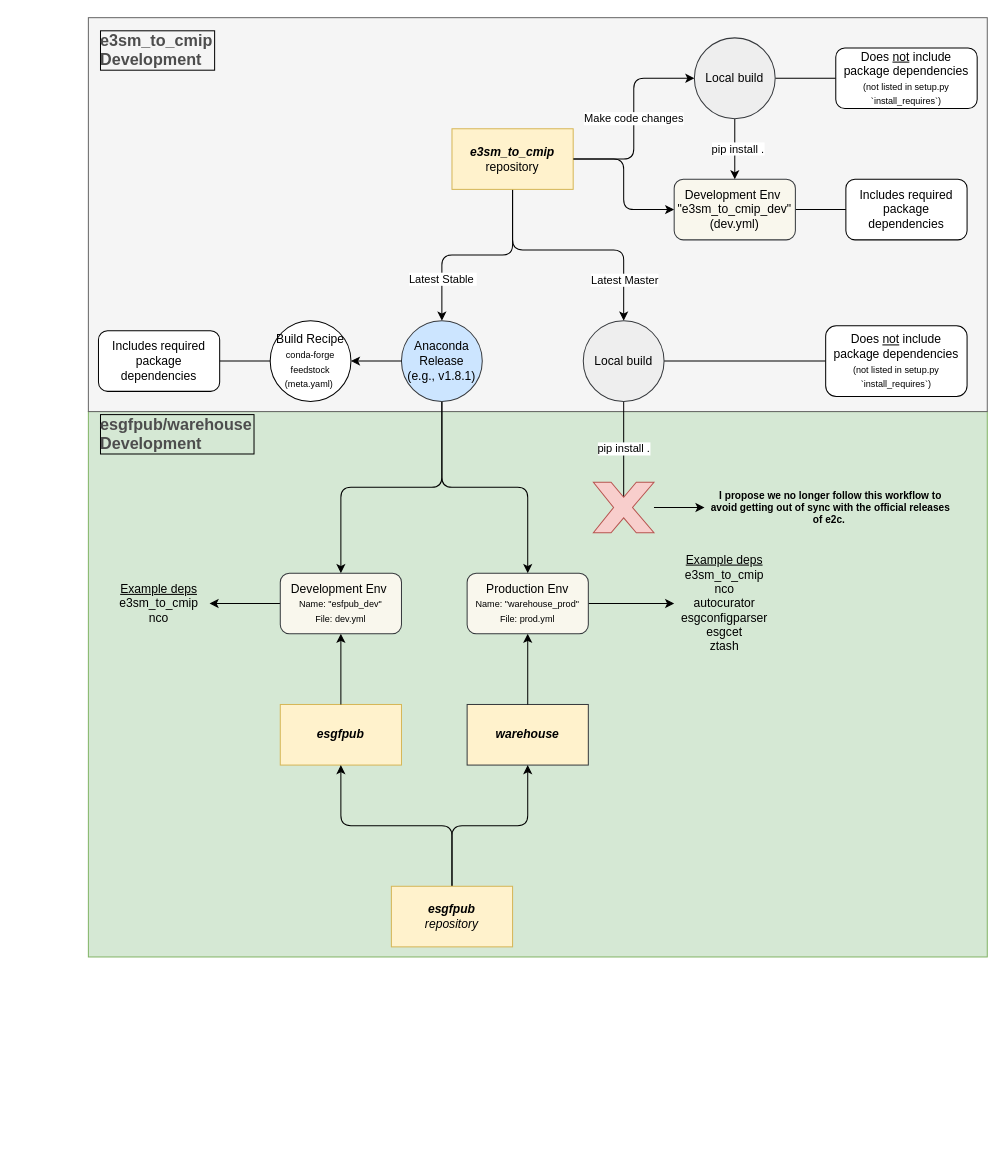
Above: E3SM Publication/devops-flowchart.drawio in tomvothecoder/drawio (draw.io), before the change. Source tidied: cells renumbered, new cells numbered last; positions are measured from the earlier drawing's top-left corner, leaving out a move shared by most shapes. Both pictures are drawn from the tidied source at 101%, with x=0, y=0 at pixel (88, 17).
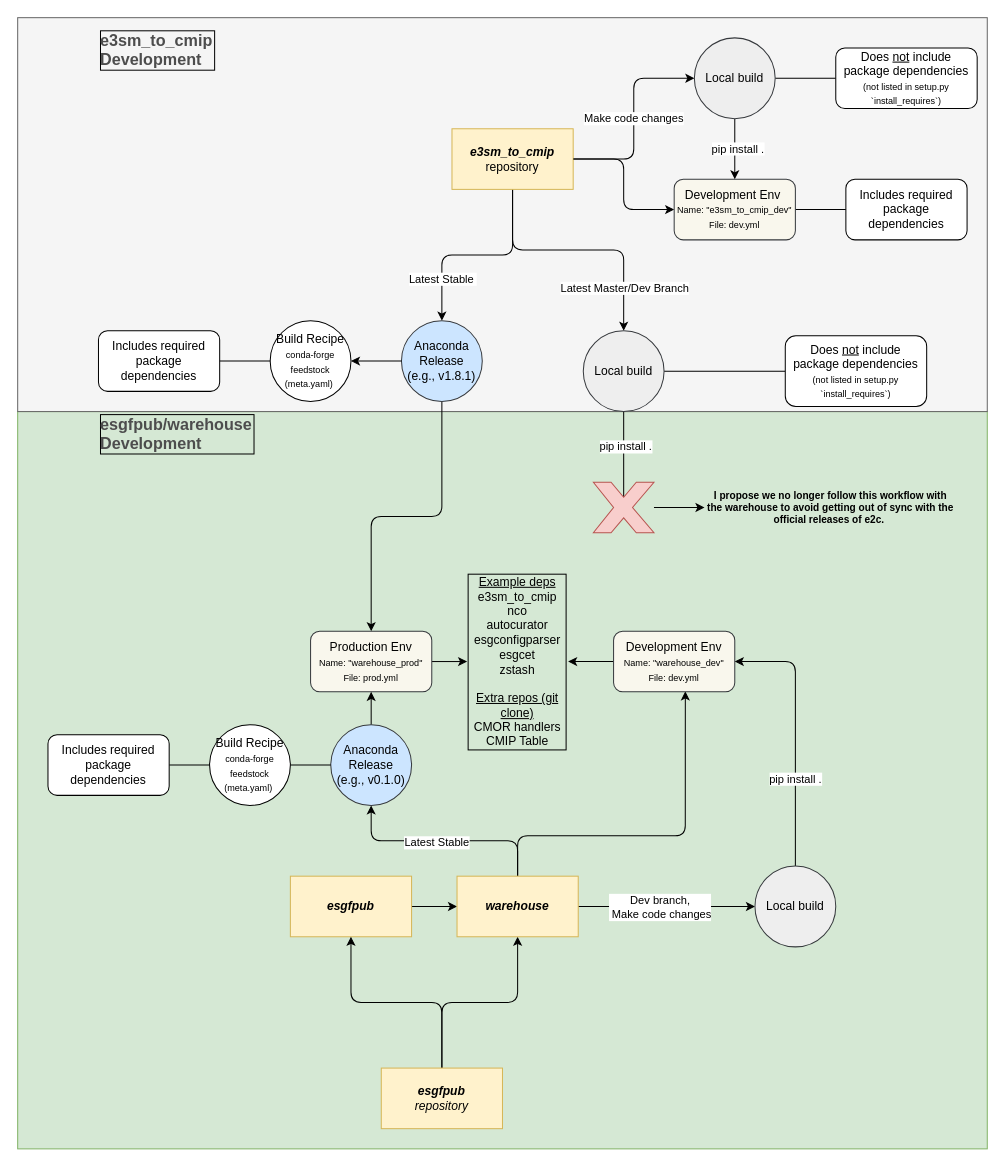
The same page after the edit.

Commit message:
Latest updates to E3SM Pub devops flowchart

Unchanged cells that the change refers to:
```xml
<mxCell id="6" style="edgeStyle=orthogonalEdgeStyle;html=1;startArrow=none;startFill=0;" parent="1" edge="1" source="9" target="16">
  <mxGeometry relative="1" as="geometry">
    <Array as="points">
      <mxPoint x="420" y="230" />
      <mxPoint x="530" y="230" />
    </Array>
  </mxGeometry>
</mxCell>
<mxCell id="13" value="Anaconda Release &lt;br&gt;(e.g., v1.8.1)" style="ellipse;whiteSpace=wrap;html=1;fillColor=#cce5ff;strokeColor=#36393d;" parent="1" vertex="1">
  <mxGeometry x="310" y="300" width="80" height="80" as="geometry" />
</mxCell>
<mxCell id="38" style="verticalLabelPosition=bottom;verticalAlign=top;html=1;shape=mxgraph.basic.x;fillColor=#f8cecc;strokeColor=#b85450;" parent="1" vertex="1">
  <mxGeometry x="500" y="460" width="60" height="50" as="geometry" />
</mxCell>
```

Diff of the diagram source:
```diff
@@
     <mxCell id="2" style="rounded=0;whiteSpace=wrap;html=1;fillColor=#d5e8d4;strokeColor=#82b366;" parent="1" vertex="1">
-      <mxGeometry y="390" width="890" height="540" as="geometry" />
+      <mxGeometry x="-70" y="390" width="960" height="730" as="geometry" />
     </mxCell>
     <mxCell id="3" style="rounded=0;whiteSpace=wrap;html=1;fillColor=#f5f5f5;strokeColor=#666666;fontColor=#333333;" parent="1" vertex="1">
-      <mxGeometry width="890" height="390" as="geometry" />
+      <mxGeometry x="-70" width="960" height="390" as="geometry" />
     </mxCell>
@@
-    <mxCell id="7" value="Latest Master" style="edgeLabel;html=1;align=center;verticalAlign=middle;" parent="6" vertex="1">
+    <mxCell id="7" value="Latest Master/Dev Branch" style="edgeLabel;html=1;align=center;verticalAlign=middle;" parent="6" vertex="1">
       <mxGeometry x="0.51" y="1" relative="1" as="geometry">
         <mxPoint x="-1" y="18" as="offset" />
       </mxGeometry>
     </mxCell>
@@
+    <mxCell id="48" style="edgeStyle=orthogonalEdgeStyle;html=1;startArrow=none;startFill=0;endArrow=classic;endFill=1;" parent="1" edge="1" source="10" target="36">
+      <mxGeometry relative="1" as="geometry" />
+    </mxCell>
     <mxCell id="10" value="&lt;b&gt;&lt;i&gt;esgfpub&lt;/i&gt;&lt;/b&gt;" style="rounded=0;whiteSpace=wrap;html=1;fillColor=#fff2cc;strokeColor=#d6b656;" parent="1" vertex="1">
-      <mxGeometry x="190" y="680" width="120" height="60" as="geometry" />
+      <mxGeometry x="200" y="850" width="120" height="60" as="geometry" />
     </mxCell>
-    <mxCell id="11" style="edgeStyle=orthogonalEdgeStyle;html=1;startArrow=none;startFill=0;endArrow=classic;endFill=1;" parent="1" edge="1" source="13" target="22">
-      <mxGeometry relative="1" as="geometry" />
-    </mxCell>
-    <mxCell id="12" style="edgeStyle=orthogonalEdgeStyle;html=1;startArrow=none;startFill=0;endArrow=classic;endFill=1;" parent="1" edge="1" source="13" target="42">
+    <mxCell id="12" style="edgeStyle=orthogonalEdgeStyle;html=1;exitX=0.5;exitY=1;exitDx=0;exitDy=0;entryX=0.5;entryY=0;entryDx=0;entryDy=0;startArrow=none;startFill=0;endArrow=classic;endFill=1;" parent="1" edge="1" source="13" target="42">
       <mxGeometry relative="1" as="geometry" />
     </mxCell>
@@
-    <mxCell id="15" value="pip install ." style="edgeStyle=orthogonalEdgeStyle;html=1;entryX=0.5;entryY=0.29;entryDx=0;entryDy=0;entryPerimeter=0;startArrow=none;startFill=0;endArrow=none;endFill=0;" parent="1" edge="1" source="16" target="38">
+    <mxCell id="15" style="edgeStyle=orthogonalEdgeStyle;html=1;entryX=0.5;entryY=0.29;entryDx=0;entryDy=0;entryPerimeter=0;startArrow=none;startFill=0;endArrow=none;endFill=0;" parent="1" edge="1" source="16" target="38">
       <mxGeometry relative="1" as="geometry" />
     </mxCell>
+    <mxCell id="49" value="&lt;span&gt;pip install .&lt;/span&gt;" style="edgeLabel;html=1;align=center;verticalAlign=middle;" parent="15" vertex="1">
+      <mxGeometry x="-0.19" y="1" relative="1" as="geometry" />
+    </mxCell>
-    <mxCell id="16" value="Local build" style="ellipse;whiteSpace=wrap;html=1;fillColor=#eeeeee;strokeColor=#36393d;" parent="1" vertex="1">
-      <mxGeometry x="490" y="300" width="80" height="80" as="geometry" />
+    <mxCell id="16" value="Local build&lt;br&gt;" style="ellipse;whiteSpace=wrap;html=1;fillColor=#eeeeee;strokeColor=#36393d;" parent="1" vertex="1">
+      <mxGeometry x="490" y="310" width="80" height="80" as="geometry" />
     </mxCell>
@@
-    <mxCell id="19" value="Development Env&amp;nbsp;&lt;br&gt;&quot;e3sm_to_cmip_dev&quot;&lt;br&gt;(dev.yml)" style="rounded=1;whiteSpace=wrap;html=1;fillColor=#f9f7ed;strokeColor=#36393d;" parent="1" vertex="1">
+    <mxCell id="19" value="Development Env&amp;nbsp;&lt;br&gt;&lt;font style=&quot;font-size: 9px&quot;&gt;Name: &quot;e3sm_to_cmip_dev&quot;&lt;br&gt;File: dev.yml&lt;/font&gt;" style="rounded=1;whiteSpace=wrap;html=1;fillColor=#f9f7ed;strokeColor=#36393d;" parent="1" vertex="1">
       <mxGeometry x="580" y="160" width="120" height="60" as="geometry" />
     </mxCell>
-    <mxCell id="20" style="edgeStyle=orthogonalEdgeStyle;html=1;startArrow=classic;startFill=1;entryX=0.5;entryY=0;entryDx=0;entryDy=0;endArrow=none;endFill=0;" parent="1" edge="1" source="22" target="10">
-      <mxGeometry relative="1" as="geometry" />
-    </mxCell>
-    <mxCell id="21" style="edgeStyle=orthogonalEdgeStyle;html=1;startArrow=none;startFill=0;endArrow=classic;endFill=1;" parent="1" edge="1" source="22" target="47">
-      <mxGeometry relative="1" as="geometry" />
-    </mxCell>
-    <mxCell id="22" value="Development Env&amp;nbsp;&lt;br&gt;&lt;font style=&quot;font-size: 9px&quot;&gt;Name: &quot;esfpub_dev&quot;&lt;br&gt;File: dev.yml&lt;/font&gt;" style="rounded=1;whiteSpace=wrap;html=1;fillColor=#f9f7ed;strokeColor=#36393d;" parent="1" vertex="1">
-      <mxGeometry x="190" y="550" width="120" height="60" as="geometry" />
-    </mxCell>
@@
     <mxCell id="28" value="Does &lt;u&gt;not&lt;/u&gt; include package dependencies &lt;br&gt;&lt;font style=&quot;font-size: 9px&quot;&gt;(not listed in setup.py `install_requires`)&lt;/font&gt;" style="rounded=1;whiteSpace=wrap;html=1;" parent="1" vertex="1">
-      <mxGeometry x="730" y="305" width="140" height="70" as="geometry" />
+      <mxGeometry x="690" y="315" width="140" height="70" as="geometry" />
     </mxCell>
@@
-    <mxCell id="36" value="&lt;i&gt;&lt;b&gt;warehouse&lt;/b&gt;&lt;/i&gt;" style="rounded=0;whiteSpace=wrap;html=1;fillColor=#FFF2CC;strokeColor=#36393d;" parent="1" vertex="1">
-      <mxGeometry x="375" y="680" width="120" height="60" as="geometry" />
-    </mxCell>
@@
-    <mxCell id="39" value="&lt;span style=&quot;&quot;&gt;I propose we no longer follow this workflow to avoid getting out of sync with the official releases of e2c.&amp;nbsp;&lt;/span&gt;" style="text;html=1;align=center;verticalAlign=middle;whiteSpace=wrap;rounded=0;labelBackgroundColor=none;fontSize=10;fontStyle=1;" parent="1" vertex="1">
+    <mxCell id="39" value="&lt;span&gt;I propose we no longer follow this workflow with the warehouse to avoid getting out of sync with the official releases of e2c.&amp;nbsp;&lt;/span&gt;" style="text;html=1;align=center;verticalAlign=middle;whiteSpace=wrap;rounded=0;labelBackgroundColor=none;fontSize=10;fontStyle=1;" parent="1" vertex="1">
       <mxGeometry x="610" y="480" width="250" height="10" as="geometry" />
     </mxCell>
-    <mxCell id="40" style="edgeStyle=orthogonalEdgeStyle;html=1;entryX=0.5;entryY=0;entryDx=0;entryDy=0;startArrow=classic;startFill=1;endArrow=none;endFill=0;" parent="1" edge="1" source="42" target="36">
-      <mxGeometry relative="1" as="geometry" />
-    </mxCell>
-    <mxCell id="41" style="edgeStyle=orthogonalEdgeStyle;html=1;entryX=0;entryY=0.5;entryDx=0;entryDy=0;startArrow=none;startFill=0;endArrow=classic;endFill=1;" parent="1" edge="1" source="42" target="46">
-      <mxGeometry relative="1" as="geometry" />
-    </mxCell>
+    <mxCell id="50" style="edgeStyle=orthogonalEdgeStyle;html=1;exitX=1;exitY=0.5;exitDx=0;exitDy=0;entryX=0;entryY=0.5;entryDx=0;entryDy=0;startArrow=none;startFill=0;endArrow=classic;endFill=1;" parent="1" edge="1" source="42" target="65">
+      <mxGeometry relative="1" as="geometry" />
+    </mxCell>
     <mxCell id="42" value="Production Env&lt;br&gt;&lt;font style=&quot;font-size: 9px&quot;&gt;Name: &quot;warehouse_prod&quot;&lt;br&gt;File: prod.yml&lt;/font&gt;" style="rounded=1;whiteSpace=wrap;html=1;fillColor=#f9f7ed;strokeColor=#36393d;" parent="1" vertex="1">
-      <mxGeometry x="375" y="550" width="120" height="60" as="geometry" />
+      <mxGeometry x="220" y="607.5" width="120" height="60" as="geometry" />
     </mxCell>
+    <mxCell id="44" style="edgeStyle=orthogonalEdgeStyle;html=1;exitX=0.5;exitY=0;exitDx=0;exitDy=0;startArrow=none;startFill=0;endArrow=classic;endFill=1;entryX=0.5;entryY=1;entryDx=0;entryDy=0;" parent="1" edge="1" source="45" target="36">
+      <mxGeometry relative="1" as="geometry" />
+    </mxCell>
@@
-    <mxCell id="44" style="edgeStyle=orthogonalEdgeStyle;html=1;exitX=0.5;exitY=0;exitDx=0;exitDy=0;startArrow=none;startFill=0;endArrow=classic;endFill=1;" parent="1" edge="1" source="45" target="36">
-      <mxGeometry relative="1" as="geometry" />
-    </mxCell>
     <mxCell id="45" value="&lt;i&gt;&lt;b&gt;esgfpub&lt;/b&gt;&lt;br&gt;repository&lt;br&gt;&lt;/i&gt;" style="rounded=0;whiteSpace=wrap;html=1;fillColor=#fff2cc;strokeColor=#d6b656;" parent="1" vertex="1">
-      <mxGeometry x="300" y="860" width="120" height="60" as="geometry" />
+      <mxGeometry x="290" y="1040" width="120" height="60" as="geometry" />
     </mxCell>
-    <mxCell id="46" value="&lt;u&gt;Example deps&lt;/u&gt;&lt;br&gt;e3sm_to_cmip&lt;br&gt;nco&lt;br&gt;autocurator&lt;br&gt;esgconfigparser&lt;br&gt;esgcet&lt;br&gt;ztash" style="text;html=1;strokeColor=none;fillColor=none;align=center;verticalAlign=middle;whiteSpace=wrap;rounded=0;" parent="1" vertex="1">
-      <mxGeometry x="580" y="527.5" width="100" height="105" as="geometry" />
-    </mxCell>
-    <mxCell id="47" value="&lt;u&gt;Example deps&lt;/u&gt;&lt;br&gt;e3sm_to_cmip&lt;br&gt;nco" style="text;html=1;strokeColor=none;fillColor=none;align=center;verticalAlign=middle;whiteSpace=wrap;rounded=0;" parent="1" vertex="1">
-      <mxGeometry x="20" y="552.5" width="100" height="55" as="geometry" />
-    </mxCell>
+    <mxCell id="51" style="edgeStyle=orthogonalEdgeStyle;html=1;startArrow=none;startFill=0;endArrow=classic;endFill=1;exitX=0.5;exitY=0;exitDx=0;exitDy=0;" parent="1" edge="1" source="36" target="59">
+      <mxGeometry relative="1" as="geometry" />
+    </mxCell>
+    <mxCell id="52" value="Latest Stable" style="edgeLabel;html=1;align=center;verticalAlign=middle;" parent="51" vertex="1">
+      <mxGeometry x="0.08" y="1" relative="1" as="geometry" />
+    </mxCell>
+    <mxCell id="53" style="edgeStyle=orthogonalEdgeStyle;html=1;startArrow=none;startFill=0;endArrow=classic;endFill=1;" parent="1" edge="1" source="36" target="64">
+      <mxGeometry relative="1" as="geometry" />
+    </mxCell>
+    <mxCell id="54" style="edgeLabel;html=1;align=center;verticalAlign=middle;" parent="53" vertex="1">
+      <mxGeometry x="-0.13" y="-1" relative="1" as="geometry" />
+    </mxCell>
+    <mxCell id="55" value="Dev branch,&lt;br&gt;&amp;nbsp;Make code changes" style="edgeLabel;html=1;align=center;verticalAlign=middle;" parent="53" vertex="1">
+      <mxGeometry x="-0.09" relative="1" as="geometry" />
+    </mxCell>
+    <mxCell id="56" style="edgeStyle=orthogonalEdgeStyle;html=1;exitX=0.5;exitY=0;exitDx=0;exitDy=0;entryX=0.592;entryY=0.992;entryDx=0;entryDy=0;entryPerimeter=0;startArrow=none;startFill=0;endArrow=classic;endFill=1;" parent="1" edge="1" source="36" target="61">
+      <mxGeometry relative="1" as="geometry">
+        <Array as="points">
+          <mxPoint x="425" y="810" />
+          <mxPoint x="591" y="810" />
+        </Array>
+      </mxGeometry>
+    </mxCell>
+    <mxCell id="57" style="edgeLabel;html=1;align=center;verticalAlign=middle;fontSize=9;" parent="56" vertex="1">
+      <mxGeometry x="-0.88" y="-1" relative="1" as="geometry" />
+    </mxCell>
+    <mxCell id="36" value="&lt;b&gt;&lt;i&gt;warehouse&lt;/i&gt;&lt;/b&gt;" style="rounded=0;whiteSpace=wrap;html=1;fillColor=#fff2cc;strokeColor=#d6b656;" parent="1" vertex="1">
+      <mxGeometry x="365" y="850" width="120" height="60" as="geometry" />
+    </mxCell>
+    <mxCell id="58" style="edgeStyle=orthogonalEdgeStyle;html=1;startArrow=none;startFill=0;endArrow=classic;endFill=1;" parent="1" edge="1" source="59" target="42">
+      <mxGeometry relative="1" as="geometry" />
+    </mxCell>
+    <mxCell id="59" value="Anaconda Release &lt;br&gt;(e.g., v0.1.0)" style="ellipse;whiteSpace=wrap;html=1;fillColor=#cce5ff;strokeColor=#36393d;" parent="1" vertex="1">
+      <mxGeometry x="240" y="700" width="80" height="80" as="geometry" />
+    </mxCell>
+    <mxCell id="60" style="edgeStyle=orthogonalEdgeStyle;html=1;entryX=1;entryY=0.5;entryDx=0;entryDy=0;startArrow=none;startFill=0;endArrow=classic;endFill=1;" parent="1" edge="1" source="61" target="65">
+      <mxGeometry relative="1" as="geometry" />
+    </mxCell>
+    <mxCell id="61" value="Development Env&lt;br&gt;&lt;font style=&quot;font-size: 9px&quot;&gt;Name: &quot;warehouse_dev&quot;&lt;br&gt;File: dev.yml&lt;/font&gt;" style="rounded=1;whiteSpace=wrap;html=1;fillColor=#f9f7ed;strokeColor=#36393d;" parent="1" vertex="1">
+      <mxGeometry x="520" y="607.5" width="120" height="60" as="geometry" />
+    </mxCell>
+    <mxCell id="62" style="edgeStyle=orthogonalEdgeStyle;html=1;entryX=1;entryY=0.5;entryDx=0;entryDy=0;startArrow=none;startFill=0;endArrow=classic;endFill=1;exitX=0.5;exitY=0;exitDx=0;exitDy=0;" parent="1" edge="1" source="64" target="61">
+      <mxGeometry relative="1" as="geometry" />
+    </mxCell>
+    <mxCell id="63" value="&lt;span&gt;pip install .&lt;/span&gt;" style="edgeLabel;html=1;align=center;verticalAlign=middle;" parent="62" vertex="1">
+      <mxGeometry x="-0.34" y="1" relative="1" as="geometry" />
+    </mxCell>
+    <mxCell id="64" value="Local build&lt;br&gt;" style="ellipse;whiteSpace=wrap;html=1;fillColor=#eeeeee;strokeColor=#36393d;" parent="1" vertex="1">
+      <mxGeometry x="660" y="840" width="80" height="80" as="geometry" />
+    </mxCell>
+    <mxCell id="65" value="&lt;u&gt;Example deps&lt;/u&gt;&lt;br&gt;e3sm_to_cmip&lt;br&gt;nco&lt;br&gt;autocurator&lt;br&gt;esgconfigparser&lt;br&gt;esgcet&lt;br&gt;zstash&lt;br&gt;&lt;br&gt;&lt;u&gt;Extra repos (git clone)&lt;/u&gt;&lt;br&gt;CMOR handlers&lt;br&gt;CMIP Table" style="text;html=1;strokeColor=none;fillColor=none;align=center;verticalAlign=middle;whiteSpace=wrap;rounded=0;labelBorderColor=default;" parent="1" vertex="1">
+      <mxGeometry x="375" y="547.5" width="100" height="180" as="geometry" />
+    </mxCell>
+    <mxCell id="66" style="edgeStyle=orthogonalEdgeStyle;html=1;fontSize=9;startArrow=none;startFill=0;endArrow=none;endFill=0;" parent="1" edge="1" source="67" target="59">
+      <mxGeometry relative="1" as="geometry" />
+    </mxCell>
+    <mxCell id="67" value="Build Recipe&lt;br&gt;&lt;font style=&quot;font-size: 9px&quot;&gt;conda-forge feedstock (meta.yaml)&amp;nbsp;&lt;/font&gt;" style="ellipse;whiteSpace=wrap;html=1;" parent="1" vertex="1">
+      <mxGeometry x="120" y="700" width="80" height="80" as="geometry" />
+    </mxCell>
+    <mxCell id="68" style="edgeStyle=orthogonalEdgeStyle;html=1;fontSize=9;startArrow=none;startFill=0;endArrow=none;endFill=0;" parent="1" edge="1" source="69" target="67">
+      <mxGeometry relative="1" as="geometry" />
+    </mxCell>
+    <mxCell id="69" value="Includes required package dependencies" style="rounded=1;whiteSpace=wrap;html=1;" parent="1" vertex="1">
+      <mxGeometry x="-40" y="710" width="120" height="60" as="geometry" />
+    </mxCell>
```
